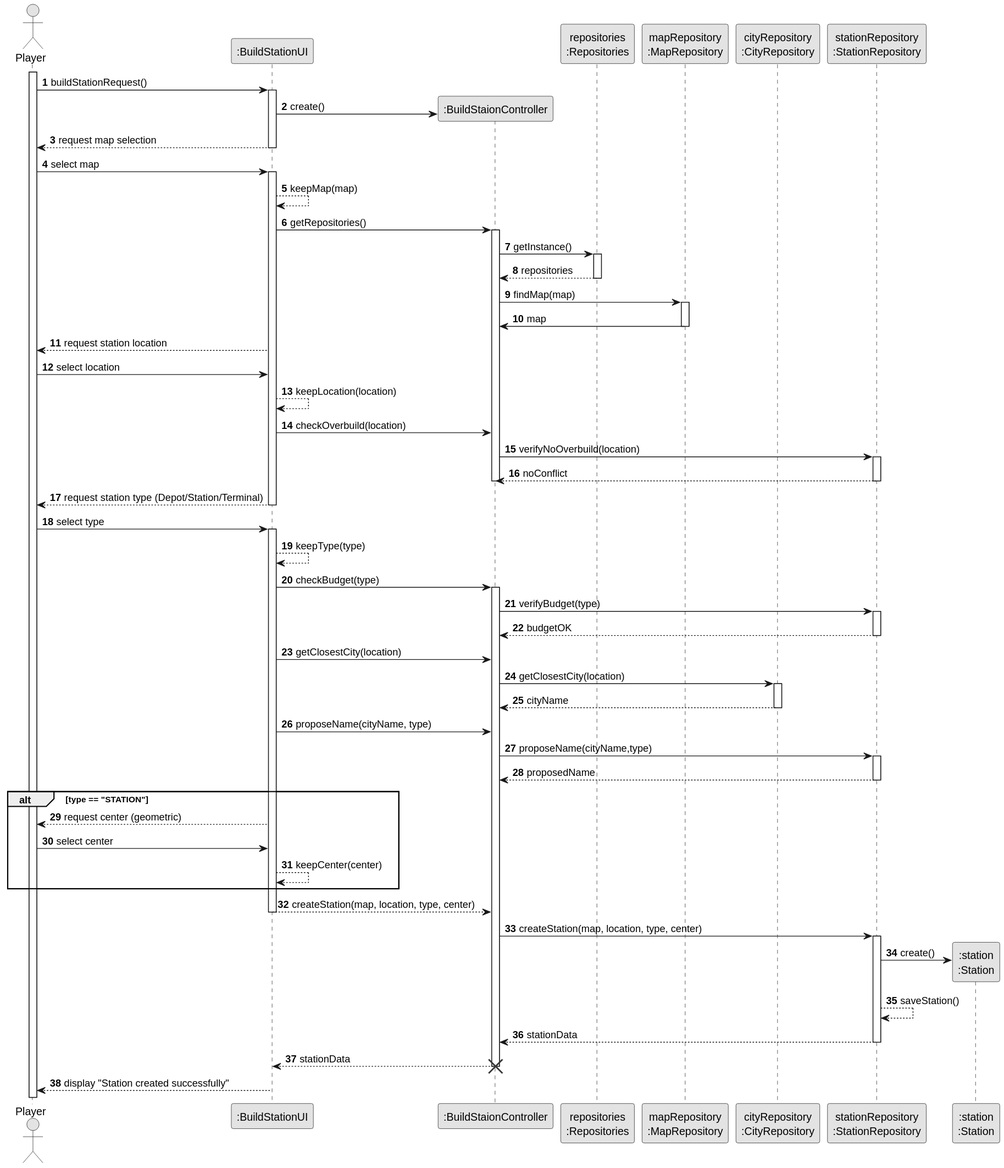
This is docs/system-documentation/US005/03.design/svg/US005-SD.svg from goncalolopesp/sem2-pi-24.25-g093-repo, a PlantUML export, as it was before one commit.
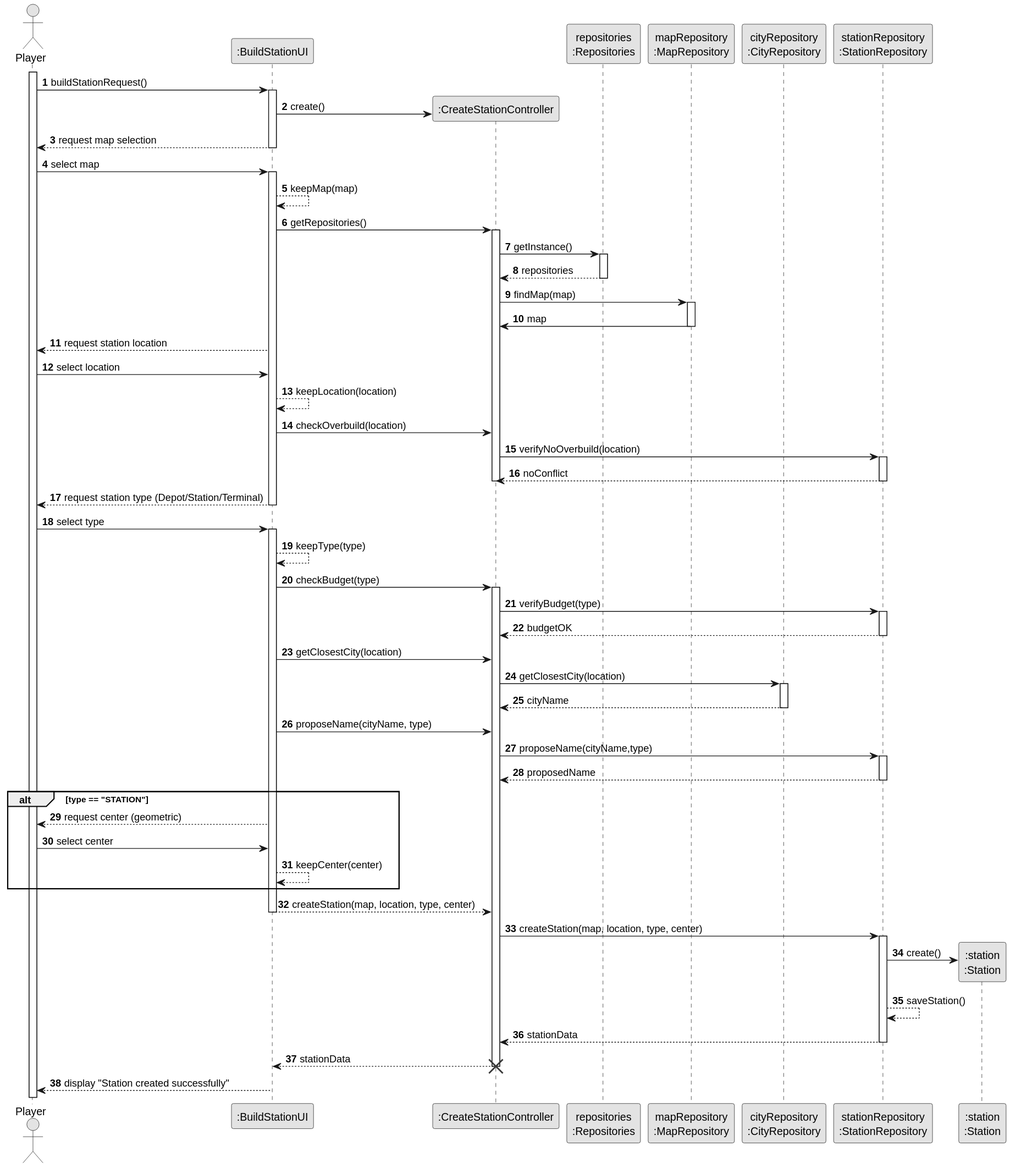
Above is the later version.

What changed in the source:
```diff
@@ -12,7 +12,7 @@
 activate Player
 
 Player -> BuildStationUI : buildStationRequest()
-create ":BuildStaionController" as BuildStationController
+create ":CreateStationController" as BuildStationController
 activate BuildStationUI
 BuildStationUI -> BuildStationController: create()
 participant "repositories\n:Repositories" as Repositories
```
